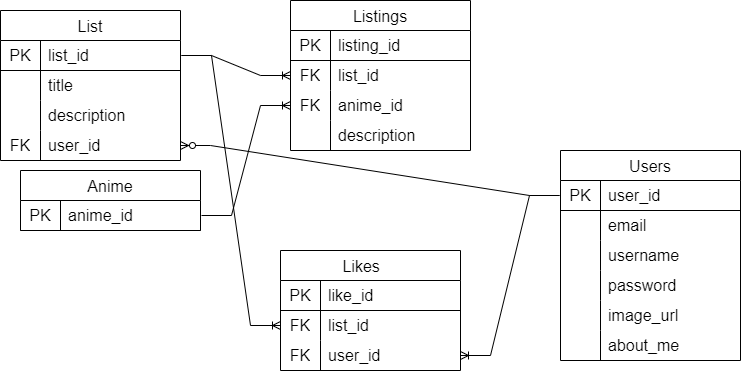
The draw.io diagram data schematics.png in andyphancode/whichani, before a commit. Source tidied: cells renumbered, new cells last; positions are measured from the earlier drawing's top-left corner, leaving out a move shared by most shapes. The source it was exported from:
```xml
<mxGraphModel>
  <root>
    <mxCell id="0" />
    <mxCell id="1" parent="0" />
    <mxCell id="2" value="List" style="shape=table;startSize=30;rowLines=0;fontStyle=0;strokeColor=default;fontSize=16;" parent="1" vertex="1">
      <mxGeometry y="10" width="180" height="150" as="geometry" />
    </mxCell>
    <mxCell id="3" style="shape=tableRow;horizontal=0;startSize=0;swimlaneHead=0;swimlaneBody=0;top=0;left=0;bottom=1;right=0;fillColor=none;points=[[0,0.5],[1,0.5]];portConstraint=eastwest;strokeColor=default;fontSize=16;labelBorderColor=none;labelBackgroundColor=none;swimlaneFillColor=none;perimeterSpacing=1;" parent="2" vertex="1">
      <mxGeometry y="30" width="180" height="30" as="geometry" />
    </mxCell>
    <mxCell id="4" value="PK" style="shape=partialRectangle;html=1;whiteSpace=wrap;fillColor=none;top=0;left=0;bottom=0;right=0;overflow=hidden;strokeColor=inherit;fontSize=16;" parent="3" vertex="1">
      <mxGeometry width="40" height="30" as="geometry" />
    </mxCell>
    <mxCell id="5" value="list_id" style="shape=partialRectangle;html=1;whiteSpace=wrap;fillColor=none;top=0;left=0;bottom=0;right=0;align=left;spacingLeft=6;overflow=hidden;strokeColor=inherit;fontSize=16;" parent="3" vertex="1">
      <mxGeometry x="40" width="140" height="30" as="geometry" />
    </mxCell>
    <mxCell id="6" style="shape=tableRow;horizontal=0;startSize=0;swimlaneHead=0;swimlaneBody=0;top=0;left=0;bottom=0;right=0;fillColor=none;strokeColor=inherit;fontSize=16;" parent="2" vertex="1">
      <mxGeometry y="60" width="180" height="30" as="geometry" />
    </mxCell>
    <mxCell id="7" style="shape=partialRectangle;html=1;whiteSpace=wrap;fillColor=none;top=0;left=0;bottom=0;right=0;overflow=hidden;strokeColor=inherit;fontSize=16;" parent="6" vertex="1">
      <mxGeometry width="40" height="30" as="geometry" />
    </mxCell>
    <mxCell id="8" value="title" style="shape=partialRectangle;html=1;whiteSpace=wrap;fillColor=none;top=0;left=0;bottom=0;right=0;align=left;spacingLeft=6;overflow=hidden;strokeColor=inherit;fontSize=16;" parent="6" vertex="1">
      <mxGeometry x="40" width="140" height="30" as="geometry" />
    </mxCell>
    <mxCell id="9" style="shape=tableRow;horizontal=0;startSize=0;swimlaneHead=0;swimlaneBody=0;top=0;left=0;bottom=0;right=0;fillColor=none;strokeColor=inherit;fontSize=16;" parent="2" vertex="1">
      <mxGeometry y="90" width="180" height="30" as="geometry" />
    </mxCell>
    <mxCell id="10" style="shape=partialRectangle;html=1;whiteSpace=wrap;fillColor=none;top=0;left=0;bottom=0;right=0;overflow=hidden;strokeColor=inherit;fontSize=16;" parent="9" vertex="1">
      <mxGeometry width="40" height="30" as="geometry" />
    </mxCell>
    <mxCell id="11" value="description" style="shape=partialRectangle;html=1;whiteSpace=wrap;fillColor=none;top=0;left=0;bottom=0;right=0;align=left;spacingLeft=6;overflow=hidden;strokeColor=inherit;fontSize=16;" parent="9" vertex="1">
      <mxGeometry x="40" width="140" height="30" as="geometry" />
    </mxCell>
    <mxCell id="12" style="shape=tableRow;horizontal=0;startSize=0;swimlaneHead=0;swimlaneBody=0;top=0;left=0;bottom=0;right=0;fillColor=none;points=[[0,0.5],[1,0.5]];portConstraint=eastwest;strokeColor=inherit;fontSize=16;" parent="2" vertex="1">
      <mxGeometry y="120" width="180" height="30" as="geometry" />
    </mxCell>
    <mxCell id="13" value="FK" style="shape=partialRectangle;html=1;whiteSpace=wrap;fillColor=none;top=0;left=0;bottom=0;right=0;overflow=hidden;strokeColor=inherit;fontSize=16;" parent="12" vertex="1">
      <mxGeometry width="40" height="30" as="geometry" />
    </mxCell>
    <mxCell id="14" value="user_id" style="shape=partialRectangle;html=1;whiteSpace=wrap;fillColor=none;top=0;left=0;bottom=0;right=0;align=left;spacingLeft=6;overflow=hidden;strokeColor=inherit;fontSize=16;" parent="12" vertex="1">
      <mxGeometry x="40" width="140" height="30" as="geometry" />
    </mxCell>
    <mxCell id="15" value="Anime" style="shape=table;startSize=30;rowLines=0;fontStyle=0;strokeColor=default;fontSize=16;" parent="1" vertex="1">
      <mxGeometry x="20" y="170" width="180" height="60" as="geometry" />
    </mxCell>
    <mxCell id="16" style="shape=tableRow;horizontal=0;startSize=0;swimlaneHead=0;swimlaneBody=0;top=0;left=0;bottom=1;right=0;fillColor=none;points=[[0,0.5],[1,0.5]];portConstraint=eastwest;strokeColor=default;fontSize=16;labelBorderColor=none;labelBackgroundColor=none;swimlaneFillColor=none;perimeterSpacing=1;" parent="15" vertex="1">
      <mxGeometry y="30" width="180" height="30" as="geometry" />
    </mxCell>
    <mxCell id="17" value="PK" style="shape=partialRectangle;html=1;whiteSpace=wrap;fillColor=none;top=0;left=0;bottom=0;right=0;overflow=hidden;strokeColor=inherit;fontSize=16;" parent="16" vertex="1">
      <mxGeometry width="40" height="30" as="geometry" />
    </mxCell>
    <mxCell id="18" value="anime_id" style="shape=partialRectangle;html=1;whiteSpace=wrap;fillColor=none;top=0;left=0;bottom=0;right=0;align=left;spacingLeft=6;overflow=hidden;strokeColor=inherit;fontSize=16;" parent="16" vertex="1">
      <mxGeometry x="40" width="140" height="30" as="geometry" />
    </mxCell>
    <mxCell id="19" value="Listings" style="shape=table;startSize=30;rowLines=0;fontStyle=0;strokeColor=default;fontSize=16;" parent="1" vertex="1">
      <mxGeometry x="290" width="180" height="150" as="geometry" />
    </mxCell>
    <mxCell id="20" style="shape=tableRow;horizontal=0;startSize=0;swimlaneHead=0;swimlaneBody=0;top=0;left=0;bottom=1;right=0;fillColor=none;strokeColor=default;fontSize=16;labelBorderColor=none;labelBackgroundColor=none;swimlaneFillColor=none;perimeterSpacing=1;" parent="19" vertex="1">
      <mxGeometry y="30" width="180" height="30" as="geometry" />
    </mxCell>
    <mxCell id="21" value="PK" style="shape=partialRectangle;html=1;whiteSpace=wrap;fillColor=none;top=0;left=0;bottom=0;right=0;overflow=hidden;strokeColor=inherit;fontSize=16;" parent="20" vertex="1">
      <mxGeometry width="40" height="30" as="geometry" />
    </mxCell>
    <mxCell id="22" value="listing_id" style="shape=partialRectangle;html=1;whiteSpace=wrap;fillColor=none;top=0;left=0;bottom=0;right=0;align=left;spacingLeft=6;overflow=hidden;strokeColor=inherit;fontSize=16;" parent="20" vertex="1">
      <mxGeometry x="40" width="140" height="30" as="geometry" />
    </mxCell>
    <mxCell id="23" style="shape=tableRow;horizontal=0;startSize=0;swimlaneHead=0;swimlaneBody=0;top=0;left=0;bottom=0;right=0;fillColor=none;points=[[0,0.5],[1,0.5]];portConstraint=eastwest;strokeColor=inherit;fontSize=16;" parent="19" vertex="1">
      <mxGeometry y="60" width="180" height="30" as="geometry" />
    </mxCell>
    <mxCell id="24" value="FK" style="shape=partialRectangle;html=1;whiteSpace=wrap;fillColor=none;top=0;left=0;bottom=0;right=0;overflow=hidden;strokeColor=inherit;fontSize=16;" parent="23" vertex="1">
      <mxGeometry width="40" height="30" as="geometry" />
    </mxCell>
    <mxCell id="25" value="list_id" style="shape=partialRectangle;html=1;whiteSpace=wrap;fillColor=none;top=0;left=0;bottom=0;right=0;align=left;spacingLeft=6;overflow=hidden;strokeColor=inherit;fontSize=16;" parent="23" vertex="1">
      <mxGeometry x="40" width="140" height="30" as="geometry" />
    </mxCell>
    <mxCell id="26" style="shape=tableRow;horizontal=0;startSize=0;swimlaneHead=0;swimlaneBody=0;top=0;left=0;bottom=0;right=0;fillColor=none;points=[[0,0.5],[1,0.5]];portConstraint=eastwest;strokeColor=inherit;fontSize=16;" parent="19" vertex="1">
      <mxGeometry y="90" width="180" height="30" as="geometry" />
    </mxCell>
    <mxCell id="27" value="FK" style="shape=partialRectangle;html=1;whiteSpace=wrap;fillColor=none;top=0;left=0;bottom=0;right=0;overflow=hidden;strokeColor=inherit;fontSize=16;" parent="26" vertex="1">
      <mxGeometry width="40" height="30" as="geometry" />
    </mxCell>
    <mxCell id="28" value="anime_id" style="shape=partialRectangle;html=1;whiteSpace=wrap;fillColor=none;top=0;left=0;bottom=0;right=0;align=left;spacingLeft=6;overflow=hidden;strokeColor=inherit;fontSize=16;" parent="26" vertex="1">
      <mxGeometry x="40" width="140" height="30" as="geometry" />
    </mxCell>
    <mxCell id="29" style="shape=tableRow;horizontal=0;startSize=0;swimlaneHead=0;swimlaneBody=0;top=0;left=0;bottom=0;right=0;fillColor=none;strokeColor=inherit;fontSize=16;" parent="19" vertex="1">
      <mxGeometry y="120" width="180" height="30" as="geometry" />
    </mxCell>
    <mxCell id="30" style="shape=partialRectangle;html=1;whiteSpace=wrap;fillColor=none;top=0;left=0;bottom=0;right=0;overflow=hidden;strokeColor=inherit;fontSize=16;" parent="29" vertex="1">
      <mxGeometry width="40" height="30" as="geometry" />
    </mxCell>
    <mxCell id="31" value="description" style="shape=partialRectangle;html=1;whiteSpace=wrap;fillColor=none;top=0;left=0;bottom=0;right=0;align=left;spacingLeft=6;overflow=hidden;strokeColor=inherit;fontSize=16;" parent="29" vertex="1">
      <mxGeometry x="40" width="140" height="30" as="geometry" />
    </mxCell>
    <mxCell id="32" value="Likes    " style="shape=table;startSize=30;rowLines=0;fontStyle=0;strokeColor=default;fontSize=16;" parent="1" vertex="1">
      <mxGeometry x="280" y="250" width="180" height="120" as="geometry" />
    </mxCell>
    <mxCell id="33" style="shape=tableRow;horizontal=0;startSize=0;swimlaneHead=0;swimlaneBody=0;top=0;left=0;bottom=1;right=0;fillColor=none;strokeColor=default;fontSize=16;labelBorderColor=none;labelBackgroundColor=none;swimlaneFillColor=none;perimeterSpacing=1;" parent="32" vertex="1">
      <mxGeometry y="30" width="180" height="30" as="geometry" />
    </mxCell>
    <mxCell id="34" value="PK" style="shape=partialRectangle;html=1;whiteSpace=wrap;fillColor=none;top=0;left=0;bottom=0;right=0;overflow=hidden;strokeColor=inherit;fontSize=16;" parent="33" vertex="1">
      <mxGeometry width="40" height="30" as="geometry" />
    </mxCell>
    <mxCell id="35" value="like_id" style="shape=partialRectangle;html=1;whiteSpace=wrap;fillColor=none;top=0;left=0;bottom=0;right=0;align=left;spacingLeft=6;overflow=hidden;strokeColor=inherit;fontSize=16;" parent="33" vertex="1">
      <mxGeometry x="40" width="140" height="30" as="geometry" />
    </mxCell>
    <mxCell id="36" style="shape=tableRow;horizontal=0;startSize=0;swimlaneHead=0;swimlaneBody=0;top=0;left=0;bottom=0;right=0;fillColor=none;points=[[0,0.5],[1,0.5]];portConstraint=eastwest;strokeColor=inherit;fontSize=16;" parent="32" vertex="1">
      <mxGeometry y="60" width="180" height="30" as="geometry" />
    </mxCell>
    <mxCell id="37" value="FK" style="shape=partialRectangle;html=1;whiteSpace=wrap;fillColor=none;top=0;left=0;bottom=0;right=0;overflow=hidden;strokeColor=inherit;fontSize=16;" parent="36" vertex="1">
      <mxGeometry width="40" height="30" as="geometry" />
    </mxCell>
    <mxCell id="38" value="list_id" style="shape=partialRectangle;html=1;whiteSpace=wrap;fillColor=none;top=0;left=0;bottom=0;right=0;align=left;spacingLeft=6;overflow=hidden;strokeColor=inherit;fontSize=16;" parent="36" vertex="1">
      <mxGeometry x="40" width="140" height="30" as="geometry" />
    </mxCell>
    <mxCell id="39" style="shape=tableRow;horizontal=0;startSize=0;swimlaneHead=0;swimlaneBody=0;top=0;left=0;bottom=0;right=0;fillColor=none;points=[[0,0.5],[1,0.5]];portConstraint=eastwest;strokeColor=inherit;fontSize=16;" parent="32" vertex="1">
      <mxGeometry y="90" width="180" height="30" as="geometry" />
    </mxCell>
    <mxCell id="40" value="FK" style="shape=partialRectangle;html=1;whiteSpace=wrap;fillColor=none;top=0;left=0;bottom=0;right=0;overflow=hidden;strokeColor=inherit;fontSize=16;" parent="39" vertex="1">
      <mxGeometry width="40" height="30" as="geometry" />
    </mxCell>
    <mxCell id="41" value="user_id" style="shape=partialRectangle;html=1;whiteSpace=wrap;fillColor=none;top=0;left=0;bottom=0;right=0;align=left;spacingLeft=6;overflow=hidden;strokeColor=inherit;fontSize=16;" parent="39" vertex="1">
      <mxGeometry x="40" width="140" height="30" as="geometry" />
    </mxCell>
    <mxCell id="42" value="Users" style="shape=table;startSize=30;rowLines=0;fontStyle=0;strokeColor=default;fontSize=16;" parent="1" vertex="1">
      <mxGeometry x="560" y="150" width="180" height="210" as="geometry" />
    </mxCell>
    <mxCell id="43" style="shape=tableRow;horizontal=0;startSize=0;swimlaneHead=0;swimlaneBody=0;top=0;left=0;bottom=1;right=0;fillColor=none;points=[[0,0.5],[1,0.5]];portConstraint=eastwest;strokeColor=default;fontSize=16;labelBorderColor=none;labelBackgroundColor=none;swimlaneFillColor=none;perimeterSpacing=1;" parent="42" vertex="1">
      <mxGeometry y="30" width="180" height="30" as="geometry" />
    </mxCell>
    <mxCell id="44" value="PK" style="shape=partialRectangle;html=1;whiteSpace=wrap;fillColor=none;top=0;left=0;bottom=0;right=0;overflow=hidden;strokeColor=inherit;fontSize=16;" parent="43" vertex="1">
      <mxGeometry width="40" height="30" as="geometry" />
    </mxCell>
    <mxCell id="45" value="user_id" style="shape=partialRectangle;html=1;whiteSpace=wrap;fillColor=none;top=0;left=0;bottom=0;right=0;align=left;spacingLeft=6;overflow=hidden;strokeColor=inherit;fontSize=16;" parent="43" vertex="1">
      <mxGeometry x="40" width="140" height="30" as="geometry" />
    </mxCell>
    <mxCell id="46" style="shape=tableRow;horizontal=0;startSize=0;swimlaneHead=0;swimlaneBody=0;top=0;left=0;bottom=0;right=0;fillColor=none;strokeColor=inherit;fontSize=16;" parent="42" vertex="1">
      <mxGeometry y="60" width="180" height="30" as="geometry" />
    </mxCell>
    <mxCell id="47" style="shape=partialRectangle;html=1;whiteSpace=wrap;fillColor=none;top=0;left=0;bottom=0;right=0;overflow=hidden;strokeColor=inherit;fontSize=16;" parent="46" vertex="1">
      <mxGeometry width="40" height="30" as="geometry" />
    </mxCell>
    <mxCell id="48" value="email" style="shape=partialRectangle;html=1;whiteSpace=wrap;fillColor=none;top=0;left=0;bottom=0;right=0;align=left;spacingLeft=6;overflow=hidden;strokeColor=inherit;fontSize=16;" parent="46" vertex="1">
      <mxGeometry x="40" width="140" height="30" as="geometry" />
    </mxCell>
    <mxCell id="49" style="shape=tableRow;horizontal=0;startSize=0;swimlaneHead=0;swimlaneBody=0;top=0;left=0;bottom=0;right=0;fillColor=none;strokeColor=inherit;fontSize=16;" parent="42" vertex="1">
      <mxGeometry y="90" width="180" height="30" as="geometry" />
    </mxCell>
    <mxCell id="50" style="shape=partialRectangle;html=1;whiteSpace=wrap;fillColor=none;top=0;left=0;bottom=0;right=0;overflow=hidden;strokeColor=inherit;fontSize=16;" parent="49" vertex="1">
      <mxGeometry width="40" height="30" as="geometry" />
    </mxCell>
    <mxCell id="51" value="username" style="shape=partialRectangle;html=1;whiteSpace=wrap;fillColor=none;top=0;left=0;bottom=0;right=0;align=left;spacingLeft=6;overflow=hidden;strokeColor=inherit;fontSize=16;" parent="49" vertex="1">
      <mxGeometry x="40" width="140" height="30" as="geometry" />
    </mxCell>
    <mxCell id="52" style="shape=tableRow;horizontal=0;startSize=0;swimlaneHead=0;swimlaneBody=0;top=0;left=0;bottom=0;right=0;fillColor=none;strokeColor=inherit;fontSize=16;" parent="42" vertex="1">
      <mxGeometry y="120" width="180" height="30" as="geometry" />
    </mxCell>
    <mxCell id="53" style="shape=partialRectangle;html=1;whiteSpace=wrap;fillColor=none;top=0;left=0;bottom=0;right=0;overflow=hidden;strokeColor=inherit;fontSize=16;" parent="52" vertex="1">
      <mxGeometry width="40" height="30" as="geometry" />
    </mxCell>
    <mxCell id="54" value="password" style="shape=partialRectangle;html=1;whiteSpace=wrap;fillColor=none;top=0;left=0;bottom=0;right=0;align=left;spacingLeft=6;overflow=hidden;strokeColor=inherit;fontSize=16;" parent="52" vertex="1">
      <mxGeometry x="40" width="140" height="30" as="geometry" />
    </mxCell>
    <mxCell id="55" style="shape=tableRow;horizontal=0;startSize=0;swimlaneHead=0;swimlaneBody=0;top=0;left=0;bottom=0;right=0;fillColor=none;strokeColor=inherit;fontSize=16;" parent="42" vertex="1">
      <mxGeometry y="150" width="180" height="30" as="geometry" />
    </mxCell>
    <mxCell id="56" style="shape=partialRectangle;html=1;whiteSpace=wrap;fillColor=none;top=0;left=0;bottom=0;right=0;overflow=hidden;strokeColor=inherit;fontSize=16;" parent="55" vertex="1">
      <mxGeometry width="40" height="30" as="geometry" />
    </mxCell>
    <mxCell id="57" value="image_url" style="shape=partialRectangle;html=1;whiteSpace=wrap;fillColor=none;top=0;left=0;bottom=0;right=0;align=left;spacingLeft=6;overflow=hidden;strokeColor=inherit;fontSize=16;" parent="55" vertex="1">
      <mxGeometry x="40" width="140" height="30" as="geometry" />
    </mxCell>
    <mxCell id="58" style="shape=tableRow;horizontal=0;startSize=0;swimlaneHead=0;swimlaneBody=0;top=0;left=0;bottom=0;right=0;fillColor=none;strokeColor=inherit;fontSize=16;" parent="42" vertex="1">
      <mxGeometry y="180" width="180" height="30" as="geometry" />
    </mxCell>
    <mxCell id="59" style="shape=partialRectangle;html=1;whiteSpace=wrap;fillColor=none;top=0;left=0;bottom=0;right=0;overflow=hidden;strokeColor=inherit;fontSize=16;" parent="58" vertex="1">
      <mxGeometry width="40" height="30" as="geometry" />
    </mxCell>
    <mxCell id="60" value="about_me" style="shape=partialRectangle;html=1;whiteSpace=wrap;fillColor=none;top=0;left=0;bottom=0;right=0;align=left;spacingLeft=6;overflow=hidden;strokeColor=inherit;fontSize=16;" parent="58" vertex="1">
      <mxGeometry x="40" width="140" height="30" as="geometry" />
    </mxCell>
    <mxCell id="61" style="edgeStyle=entityRelationEdgeStyle;fontSize=12;html=1;endArrow=ERoneToMany;rounded=0;exitX=1;exitY=0.5;exitDx=0;exitDy=0;" parent="1" edge="1" source="3" target="23">
      <mxGeometry relative="1" as="geometry" />
    </mxCell>
    <mxCell id="62" style="edgeStyle=entityRelationEdgeStyle;fontSize=12;html=1;endArrow=ERoneToMany;rounded=0;exitX=1;exitY=0.5;exitDx=0;exitDy=0;entryX=0;entryY=0.5;entryDx=0;entryDy=0;" parent="1" edge="1" source="16" target="26">
      <mxGeometry relative="1" as="geometry" />
    </mxCell>
    <mxCell id="63" style="edgeStyle=entityRelationEdgeStyle;fontSize=12;html=1;endArrow=ERoneToMany;rounded=0;exitX=1;exitY=0.5;exitDx=0;exitDy=0;" parent="1" edge="1" source="3" target="36">
      <mxGeometry relative="1" as="geometry" />
    </mxCell>
    <mxCell id="64" style="edgeStyle=entityRelationEdgeStyle;fontSize=12;html=1;endArrow=ERoneToMany;rounded=0;exitX=0;exitY=0.5;exitDx=0;exitDy=0;entryX=1;entryY=0.5;entryDx=0;entryDy=0;" parent="1" edge="1" source="43" target="39">
      <mxGeometry relative="1" as="geometry" />
    </mxCell>
    <mxCell id="65" style="edgeStyle=entityRelationEdgeStyle;fontSize=12;html=1;endArrow=ERzeroToMany;endFill=1;rounded=0;exitX=0;exitY=0.5;exitDx=0;exitDy=0;entryX=1;entryY=0.5;entryDx=0;entryDy=0;" parent="1" edge="1" source="43" target="12">
      <mxGeometry relative="1" as="geometry" />
    </mxCell>
  </root>
</mxGraphModel>
```
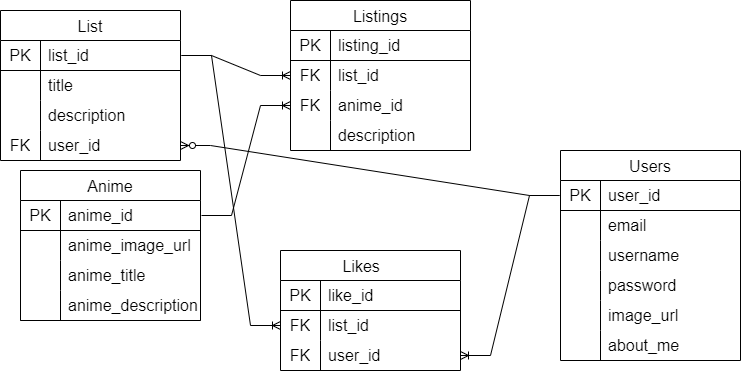
Later version of the same file.

The edit, as a diff of the source:
```diff
@@ -42,7 +42,7 @@
       <mxGeometry x="40" width="140" height="30" as="geometry" />
     </mxCell>
     <mxCell id="15" value="Anime" style="shape=table;startSize=30;rowLines=0;fontStyle=0;strokeColor=default;fontSize=16;" parent="1" vertex="1">
-      <mxGeometry x="20" y="170" width="180" height="60" as="geometry" />
+      <mxGeometry x="20" y="170" width="180" height="150" as="geometry" />
     </mxCell>
     <mxCell id="16" style="shape=tableRow;horizontal=0;startSize=0;swimlaneHead=0;swimlaneBody=0;top=0;left=0;bottom=1;right=0;fillColor=none;points=[[0,0.5],[1,0.5]];portConstraint=eastwest;strokeColor=default;fontSize=16;labelBorderColor=none;labelBackgroundColor=none;swimlaneFillColor=none;perimeterSpacing=1;" parent="15" vertex="1">
       <mxGeometry y="30" width="180" height="30" as="geometry" />
@@ -53,6 +53,33 @@
     <mxCell id="18" value="anime_id" style="shape=partialRectangle;html=1;whiteSpace=wrap;fillColor=none;top=0;left=0;bottom=0;right=0;align=left;spacingLeft=6;overflow=hidden;strokeColor=inherit;fontSize=16;" parent="16" vertex="1">
       <mxGeometry x="40" width="140" height="30" as="geometry" />
     </mxCell>
+    <mxCell id="66" style="shape=tableRow;horizontal=0;startSize=0;swimlaneHead=0;swimlaneBody=0;top=0;left=0;bottom=0;right=0;fillColor=none;strokeColor=default;fontSize=16;labelBorderColor=none;labelBackgroundColor=none;swimlaneFillColor=none;perimeterSpacing=1;" parent="15" vertex="1">
+      <mxGeometry y="60" width="180" height="30" as="geometry" />
+    </mxCell>
+    <mxCell id="67" style="shape=partialRectangle;html=1;whiteSpace=wrap;fillColor=none;top=0;left=0;bottom=0;right=0;overflow=hidden;strokeColor=inherit;fontSize=16;" parent="66" vertex="1">
+      <mxGeometry width="40" height="30" as="geometry" />
+    </mxCell>
+    <mxCell id="68" value="anime_image_url" style="shape=partialRectangle;html=1;whiteSpace=wrap;fillColor=none;top=0;left=0;bottom=0;right=0;align=left;spacingLeft=6;overflow=hidden;strokeColor=inherit;fontSize=16;" parent="66" vertex="1">
+      <mxGeometry x="40" width="140" height="30" as="geometry" />
+    </mxCell>
+    <mxCell id="69" style="shape=tableRow;horizontal=0;startSize=0;swimlaneHead=0;swimlaneBody=0;top=0;left=0;bottom=0;right=0;fillColor=none;strokeColor=default;fontSize=16;labelBorderColor=none;labelBackgroundColor=none;swimlaneFillColor=none;perimeterSpacing=1;" parent="15" vertex="1">
+      <mxGeometry y="90" width="180" height="30" as="geometry" />
+    </mxCell>
+    <mxCell id="70" style="shape=partialRectangle;html=1;whiteSpace=wrap;fillColor=none;top=0;left=0;bottom=0;right=0;overflow=hidden;strokeColor=inherit;fontSize=16;" parent="69" vertex="1">
+      <mxGeometry width="40" height="30" as="geometry" />
+    </mxCell>
+    <mxCell id="71" value="anime_title" style="shape=partialRectangle;html=1;whiteSpace=wrap;fillColor=none;top=0;left=0;bottom=0;right=0;align=left;spacingLeft=6;overflow=hidden;strokeColor=inherit;fontSize=16;" parent="69" vertex="1">
+      <mxGeometry x="40" width="140" height="30" as="geometry" />
+    </mxCell>
+    <mxCell id="72" style="shape=tableRow;horizontal=0;startSize=0;swimlaneHead=0;swimlaneBody=0;top=0;left=0;bottom=1;right=0;fillColor=none;strokeColor=default;fontSize=16;labelBorderColor=none;labelBackgroundColor=none;swimlaneFillColor=none;perimeterSpacing=1;" parent="15" vertex="1">
+      <mxGeometry y="120" width="180" height="30" as="geometry" />
+    </mxCell>
+    <mxCell id="73" style="shape=partialRectangle;html=1;whiteSpace=wrap;fillColor=none;top=0;left=0;bottom=0;right=0;overflow=hidden;strokeColor=inherit;fontSize=16;" parent="72" vertex="1">
+      <mxGeometry width="40" height="30" as="geometry" />
+    </mxCell>
+    <mxCell id="74" value="anime_description" style="shape=partialRectangle;html=1;whiteSpace=wrap;fillColor=none;top=0;left=0;bottom=0;right=0;align=left;spacingLeft=6;overflow=hidden;strokeColor=inherit;fontSize=16;" parent="72" vertex="1">
+      <mxGeometry x="40" width="140" height="30" as="geometry" />
+    </mxCell>
     <mxCell id="19" value="Listings" style="shape=table;startSize=30;rowLines=0;fontStyle=0;strokeColor=default;fontSize=16;" parent="1" vertex="1">
       <mxGeometry x="290" width="180" height="150" as="geometry" />
     </mxCell>
```
